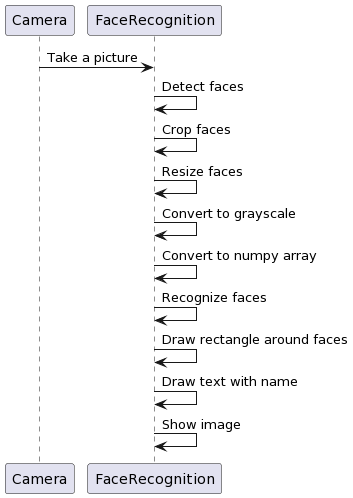
Before: Proposal/images/Diagram-1.png, a diagram exported from PlantUML (MurtadhaM/CV). Source of this version:
```plantuml
@startuml
Camera -> FaceRecognition: Take a picture
FaceRecognition -> FaceRecognition: Detect faces
FaceRecognition -> FaceRecognition: Crop faces
FaceRecognition -> FaceRecognition: Resize faces
FaceRecognition -> FaceRecognition: Convert to grayscale
FaceRecognition -> FaceRecognition: Convert to numpy array
FaceRecognition -> FaceRecognition: Recognize faces
FaceRecognition -> FaceRecognition: Draw rectangle around faces
FaceRecognition -> FaceRecognition: Draw text with name
FaceRecognition -> FaceRecognition: Show image
@enduml
```
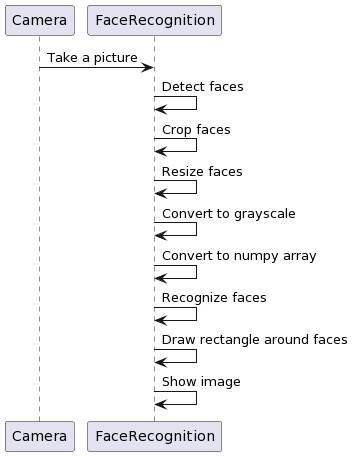
After the commit.

Change to the diagram source:
```diff
@@ -7,6 +7,5 @@
 FaceRecognition -> FaceRecognition: Convert to numpy array
 FaceRecognition -> FaceRecognition: Recognize faces
 FaceRecognition -> FaceRecognition: Draw rectangle around faces
-FaceRecognition -> FaceRecognition: Draw text with name
 FaceRecognition -> FaceRecognition: Show image
 @enduml
```
